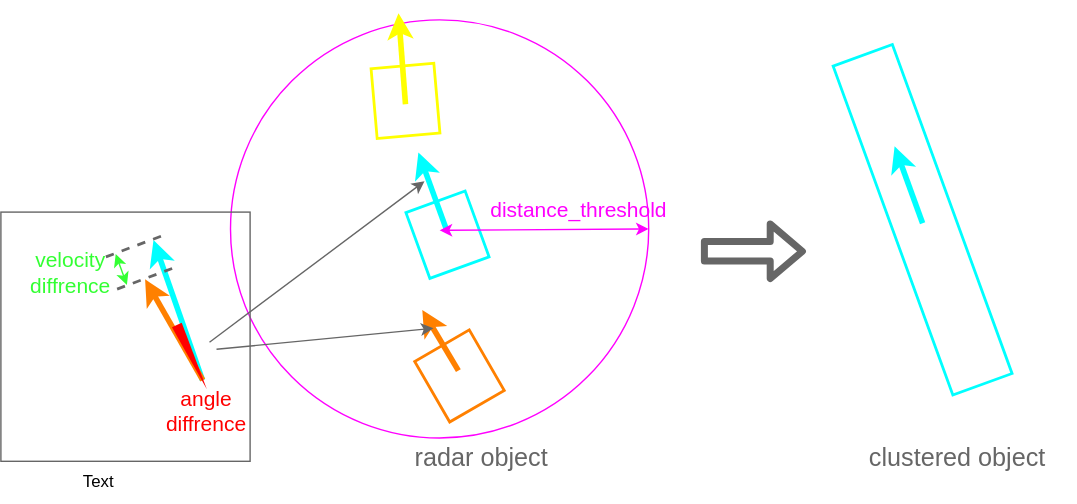
The draw.io diagram main/perception/radar_object_clustering/docs/clustering.drawio.svg in beyzanurkaya/autoware.universe, before a commit. Source tidied: cells renumbered, new cells last; positions are measured from the earlier drawing's top-left corner, leaving out a move shared by most shapes.
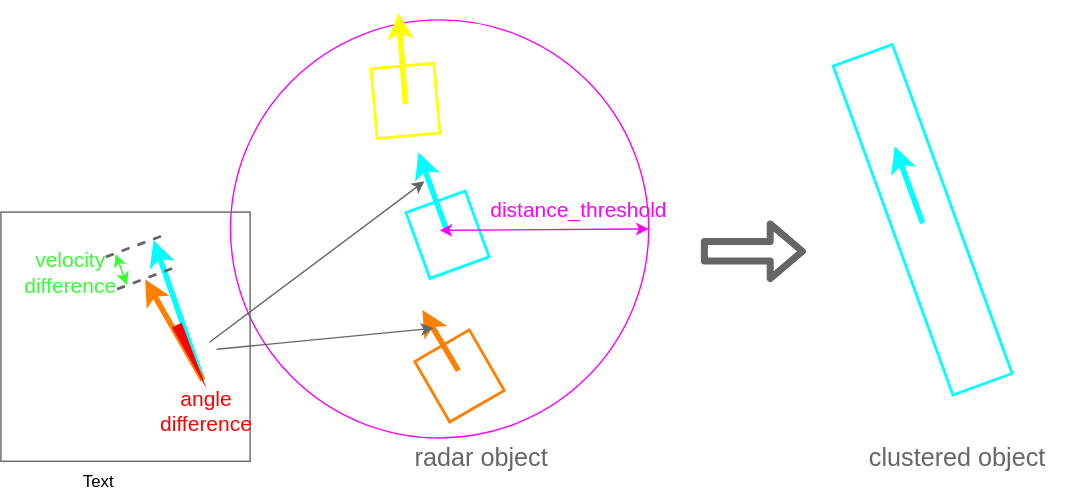
After the commit.

Diff of the diagram source:
```diff
@@ -85,7 +85,7 @@
     <mxCell id="19" style="triangle;whiteSpace=wrap;html=1;strokeColor=none;fontSize=15;fontColor=#666666;fillColor=#FF0000;rotation=65;" parent="1" vertex="1">
       <mxGeometry x="111" y="241.8" width="50.9" height="7.7" as="geometry" />
     </mxCell>
-    <mxCell id="20" value="&lt;span style=&quot;font-size: 15px;&quot;&gt;&lt;font color=&quot;#ff0000&quot;&gt;angle diffrence&lt;/font&gt;&lt;br&gt;&lt;/span&gt;" style="text;html=1;strokeColor=none;fillColor=none;align=center;verticalAlign=middle;whiteSpace=wrap;rounded=0;" parent="1" vertex="1">
+    <mxCell id="20" value="&lt;span style=&quot;font-size: 15px;&quot;&gt;&lt;font color=&quot;#ff0000&quot;&gt;angle difference&lt;/font&gt;&lt;br&gt;&lt;/span&gt;" style="text;html=1;strokeColor=none;fillColor=none;align=center;verticalAlign=middle;whiteSpace=wrap;rounded=0;" parent="1" vertex="1">
       <mxGeometry x="113" y="269" width="68" height="30" as="geometry" />
     </mxCell>
     <mxCell id="21" style="endArrow=classic;startArrow=classic;html=1;strokeColor=#33FF33;fontSize=15;fontColor=#FF0000;" parent="1" edge="1">
@@ -106,7 +106,7 @@
         <mxPoint x="123" y="182" as="targetPoint" />
       </mxGeometry>
     </mxCell>
-    <mxCell id="24" value="&lt;span style=&quot;font-size: 15px;&quot;&gt;&lt;font color=&quot;#33ff33&quot;&gt;velocity diffrence&lt;/font&gt;&lt;br&gt;&lt;/span&gt;" style="text;html=1;strokeColor=none;fillColor=none;align=center;verticalAlign=middle;whiteSpace=wrap;rounded=0;" parent="1" vertex="1">
+    <mxCell id="24" value="&lt;span style=&quot;font-size: 15px;&quot;&gt;&lt;font color=&quot;#33ff33&quot;&gt;velocity difference&lt;/font&gt;&lt;br&gt;&lt;/span&gt;" style="text;html=1;strokeColor=none;fillColor=none;align=center;verticalAlign=middle;whiteSpace=wrap;rounded=0;" parent="1" vertex="1">
       <mxGeometry x="16" y="170" width="68" height="30" as="geometry" />
     </mxCell>
     <mxCell id="25" value="&lt;font style=&quot;font-size: 18px;&quot; color=&quot;#666666&quot;&gt;radar object&lt;/font&gt;" style="text;html=1;strokeColor=none;fillColor=none;align=center;verticalAlign=middle;whiteSpace=wrap;rounded=0;" parent="1" vertex="1">
```
